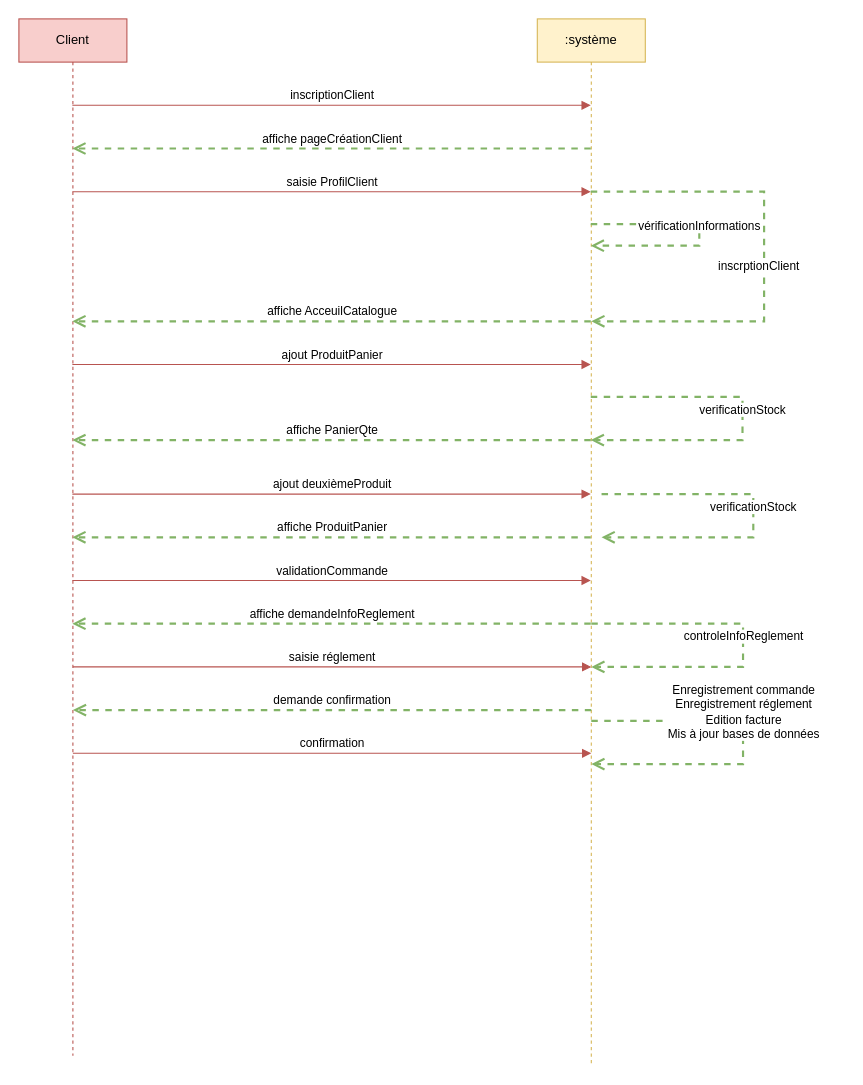
This is 00- Filrouge/Diagramme de séquence.drawio from zeldacod5/CDA, a draw.io file, before an edit. Source tidied: cells renumbered, new cells numbered last; positions are measured from the earlier drawing's top-left corner, leaving out a move shared by most shapes. Both pictures are drawn from the tidied source at 108%, with x=0, y=0 at pixel (18, 18).
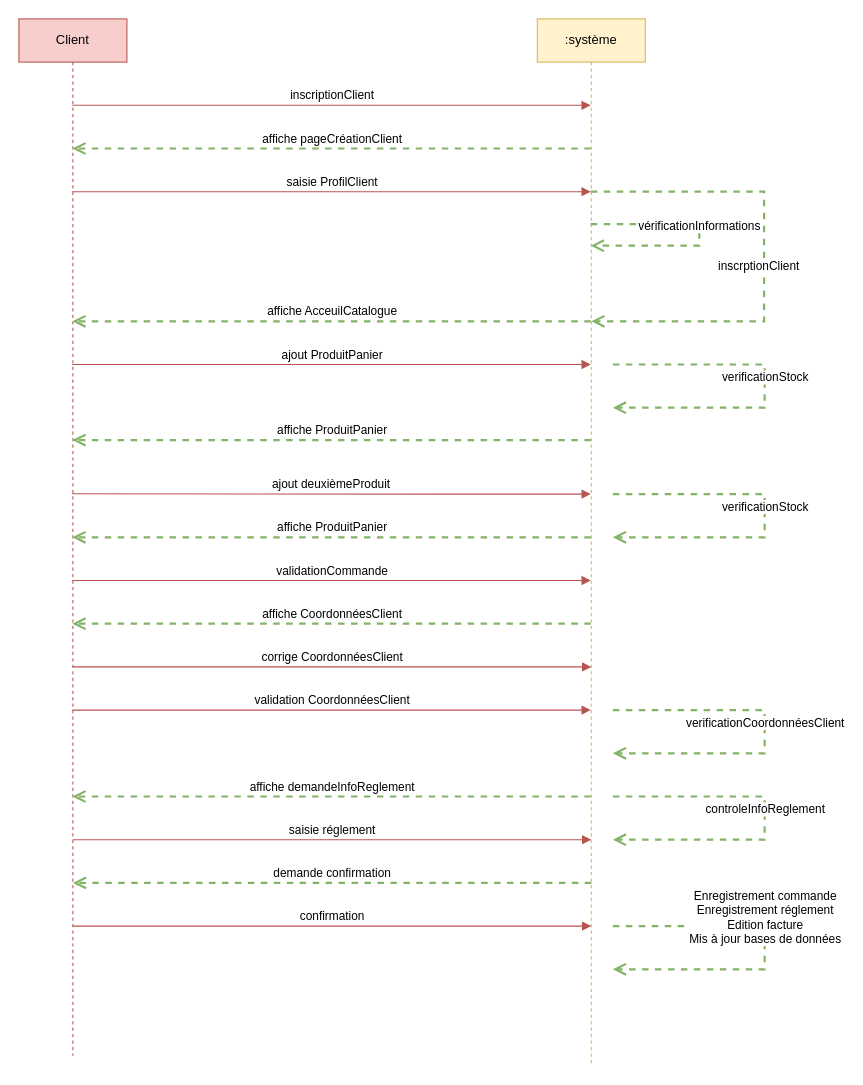
The same page after the edit.

Commit message:
Mettre à jour Diagramme de séquence.drawio

Unchanged cells that the change refers to:
```xml
<mxCell id="2" value="Client" style="shape=umlLifeline;perimeter=lifelinePerimeter;whiteSpace=wrap;html=1;outlineConnect=0;fillColor=#f8cecc;strokeColor=#b85450;" parent="1" vertex="1">
  <mxGeometry width="100" height="960" as="geometry" />
</mxCell>
<mxCell id="3" value=":système" style="shape=umlLifeline;perimeter=lifelinePerimeter;whiteSpace=wrap;html=1;outlineConnect=0;fillColor=#fff2cc;strokeColor=#d6b656;" parent="1" vertex="1">
  <mxGeometry x="480" width="100" height="970" as="geometry" />
</mxCell>
```

Change to the diagram source:
```diff
@@
-    <mxCell id="10" value="&lt;div&gt;affiche PanierQte&lt;/div&gt;" style="html=1;verticalAlign=bottom;endArrow=open;dashed=1;endSize=8;rounded=0;fillColor=#d5e8d4;strokeColor=#82b366;strokeWidth=2;" parent="1" edge="1" source="3" target="2">
+    <mxCell id="10" value="affiche ProduitPanier" style="html=1;verticalAlign=bottom;endArrow=open;dashed=1;endSize=8;rounded=0;fillColor=#d5e8d4;strokeColor=#82b366;strokeWidth=2;" parent="1" edge="1" source="3" target="2">
       <mxGeometry relative="1" as="geometry">
         <Array as="points">
           <mxPoint x="460" y="390" />
           <mxPoint x="310" y="390" />
           <mxPoint x="230" y="390" />
           <mxPoint x="160" y="390" />
         </Array>
       </mxGeometry>
     </mxCell>
     <mxCell id="11" value="&lt;div&gt;inscrptionClient&lt;/div&gt;" style="html=1;verticalAlign=bottom;endArrow=open;dashed=1;endSize=8;rounded=0;fillColor=#d5e8d4;strokeColor=#82b366;strokeWidth=2;" parent="1" edge="1" source="3" target="3">
       <mxGeometry x="0.08" y="-5" relative="1" as="geometry">
         <Array as="points">
+          <mxPoint x="630" y="160" />
           <mxPoint x="690" y="160" />
           <mxPoint x="690" y="200" />
           <mxPoint x="690" y="280" />
           <mxPoint x="620" y="280" />
           <mxPoint x="530" y="280" />
         </Array>
       </mxGeometry>
     </mxCell>
-    <mxCell id="12" value="verificationStock" style="html=1;verticalAlign=bottom;endArrow=open;dashed=1;endSize=8;rounded=0;fillColor=#d5e8d4;strokeColor=#82b366;strokeWidth=2;" parent="1" edge="1" source="3" target="3">
-      <mxGeometry relative="1" as="geometry">
-        <Array as="points">
-          <mxPoint x="610" y="350" />
-          <mxPoint x="670" y="350" />
-          <mxPoint x="670" y="390" />
-        </Array>
-      </mxGeometry>
-    </mxCell>
-    <mxCell id="13" value="ajout deuxièmeProduit" style="html=1;verticalAlign=bottom;endArrow=block;rounded=0;fillColor=#f8cecc;strokeColor=#B85450;" parent="1" edge="1" source="2" target="3">
+    <mxCell id="13" value="ajout deuxièmeProduit" style="html=1;verticalAlign=bottom;endArrow=block;rounded=0;fillColor=#f8cecc;strokeColor=#B85450;exitX=0.49;exitY=0.458;exitDx=0;exitDy=0;exitPerimeter=0;" parent="1" edge="1" source="2" target="3">
       <mxGeometry relative="1" as="geometry">
         <Array as="points">
           <mxPoint x="390" y="440" />
+          <mxPoint x="440" y="440" />
+          <mxPoint x="480" y="440" />
         </Array>
       </mxGeometry>
     </mxCell>
     <mxCell id="14" value="verificationStock" style="html=1;verticalAlign=bottom;endArrow=open;dashed=1;endSize=8;rounded=0;fillColor=#d5e8d4;strokeColor=#82b366;strokeWidth=2;" parent="1" edge="1">
       <mxGeometry relative="1" as="geometry">
-        <mxPoint x="539.5" y="440" as="sourcePoint" />
-        <mxPoint x="539.5" y="480" as="targetPoint" />
+        <mxPoint x="550" y="440" as="sourcePoint" />
+        <mxPoint x="550" y="480" as="targetPoint" />
         <Array as="points">
-          <mxPoint x="620" y="440" />
-          <mxPoint x="680" y="440" />
-          <mxPoint x="680" y="480" />
+          <mxPoint x="630.5" y="440" />
+          <mxPoint x="690.5" y="440" />
+          <mxPoint x="690.5" y="480" />
         </Array>
       </mxGeometry>
     </mxCell>
@@
     <mxCell id="16" value="validationCommande" style="html=1;verticalAlign=bottom;endArrow=block;rounded=0;fillColor=#f8cecc;strokeColor=#B85450;" parent="1" edge="1" source="2" target="3">
       <mxGeometry relative="1" as="geometry">
         <Array as="points">
-          <mxPoint x="400" y="520" />
+          <mxPoint x="380" y="520" />
+          <mxPoint x="430" y="520" />
+          <mxPoint x="470" y="520" />
         </Array>
       </mxGeometry>
     </mxCell>
     <mxCell id="17" value="affiche demandeInfoReglement" style="html=1;verticalAlign=bottom;endArrow=open;dashed=1;endSize=8;rounded=0;fillColor=#d5e8d4;strokeColor=#82b366;strokeWidth=2;" parent="1" edge="1" source="3" target="2">
       <mxGeometry relative="1" as="geometry">
         <Array as="points">
-          <mxPoint x="390" y="560" />
+          <mxPoint x="510" y="720" />
+          <mxPoint x="470" y="720" />
+          <mxPoint x="380" y="720" />
         </Array>
       </mxGeometry>
     </mxCell>
     <mxCell id="18" value="saisie réglement" style="html=1;verticalAlign=bottom;endArrow=block;rounded=0;fillColor=#f8cecc;strokeColor=#B85450;" parent="1" edge="1">
       <mxGeometry relative="1" as="geometry">
-        <mxPoint x="50" y="600" as="sourcePoint" />
-        <mxPoint x="530" y="600" as="targetPoint" />
+        <mxPoint x="50" y="760" as="sourcePoint" />
+        <mxPoint x="530" y="760" as="targetPoint" />
         <Array as="points">
-          <mxPoint x="400.5" y="600" />
+          <mxPoint x="400.5" y="760" />
         </Array>
       </mxGeometry>
     </mxCell>
-    <mxCell id="19" value="demande confirmation" style="html=1;verticalAlign=bottom;endArrow=open;dashed=1;endSize=8;rounded=0;fillColor=#d5e8d4;strokeColor=#82b366;strokeWidth=2;" parent="1" edge="1">
-      <mxGeometry relative="1" as="geometry">
-        <mxPoint x="530" y="640" as="sourcePoint" />
-        <mxPoint x="50" y="640" as="targetPoint" />
-        <Array as="points">
-          <mxPoint x="390.5" y="640" />
-        </Array>
-      </mxGeometry>
-    </mxCell>
     <mxCell id="20" value="confirmation" style="html=1;verticalAlign=bottom;endArrow=block;rounded=0;fillColor=#f8cecc;strokeColor=#B85450;" parent="1" edge="1">
       <mxGeometry relative="1" as="geometry">
-        <mxPoint x="50" y="680" as="sourcePoint" />
-        <mxPoint x="530" y="680" as="targetPoint" />
+        <mxPoint x="50" y="840" as="sourcePoint" />
+        <mxPoint x="530" y="840" as="targetPoint" />
         <Array as="points">
-          <mxPoint x="400.5" y="680" />
+          <mxPoint x="400.5" y="840" />
         </Array>
       </mxGeometry>
     </mxCell>
     <mxCell id="21" value="controleInfoReglement" style="html=1;verticalAlign=bottom;endArrow=open;dashed=1;endSize=8;rounded=0;fillColor=#d5e8d4;strokeColor=#82b366;strokeWidth=2;" parent="1" edge="1">
       <mxGeometry relative="1" as="geometry">
-        <mxPoint x="530" y="560" as="sourcePoint" />
-        <mxPoint x="530" y="600" as="targetPoint" />
+        <mxPoint x="550" y="720" as="sourcePoint" />
+        <mxPoint x="550" y="760" as="targetPoint" />
         <Array as="points">
-          <mxPoint x="610.5" y="560" />
-          <mxPoint x="670.5" y="560" />
-          <mxPoint x="670.5" y="600" />
+          <mxPoint x="630.5" y="720" />
+          <mxPoint x="690.5" y="720" />
+          <mxPoint x="690.5" y="760" />
         </Array>
       </mxGeometry>
     </mxCell>
+    <mxCell id="23" value="affiche CoordonnéesClient" style="html=1;verticalAlign=bottom;endArrow=open;dashed=1;endSize=8;rounded=0;strokeColor=#82B366;strokeWidth=2;fillColor=#d5e8d4;" parent="1" edge="1" source="3" target="2">
+      <mxGeometry relative="1" as="geometry">
+        <Array as="points">
+          <mxPoint x="390" y="560" />
+        </Array>
+      </mxGeometry>
+    </mxCell>
+    <mxCell id="24" value="corrige CoordonnéesClient" style="html=1;verticalAlign=bottom;endArrow=block;rounded=0;fillColor=#f8cecc;strokeColor=#B85450;" parent="1" edge="1">
+      <mxGeometry relative="1" as="geometry">
+        <mxPoint x="50" y="600" as="sourcePoint" />
+        <mxPoint x="530" y="600" as="targetPoint" />
+        <Array as="points">
+          <mxPoint x="380.5" y="600" />
+          <mxPoint x="430.5" y="600" />
+          <mxPoint x="470.5" y="600" />
+        </Array>
+      </mxGeometry>
+    </mxCell>
+    <mxCell id="19" value="demande confirmation" style="html=1;verticalAlign=bottom;endArrow=open;dashed=1;endSize=8;rounded=0;fillColor=#d5e8d4;strokeColor=#82b366;strokeWidth=2;" parent="1" edge="1">
+      <mxGeometry relative="1" as="geometry">
+        <mxPoint x="530" y="800" as="sourcePoint" />
+        <mxPoint x="50" y="800" as="targetPoint" />
+        <Array as="points">
+          <mxPoint x="390.5" y="800" />
+        </Array>
+      </mxGeometry>
+    </mxCell>
+    <mxCell id="25" value="verificationCoordonnéesClient" style="html=1;verticalAlign=bottom;endArrow=open;dashed=1;endSize=8;rounded=0;fillColor=#d5e8d4;strokeColor=#82b366;strokeWidth=2;" parent="1" edge="1">
+      <mxGeometry relative="1" as="geometry">
+        <mxPoint x="550" y="640" as="sourcePoint" />
+        <mxPoint x="550" y="680" as="targetPoint" />
+        <Array as="points">
+          <mxPoint x="630.5" y="640" />
+          <mxPoint x="690.5" y="640" />
+          <mxPoint x="690.5" y="680" />
+          <mxPoint x="620.5" y="680" />
+        </Array>
+      </mxGeometry>
+    </mxCell>
+    <mxCell id="26" value="validation CoordonnéesClient" style="html=1;verticalAlign=bottom;endArrow=block;rounded=0;strokeColor=#b85450;strokeWidth=1;fillColor=#f8cecc;" parent="1" edge="1" source="2" target="3">
+      <mxGeometry relative="1" as="geometry">
+        <Array as="points">
+          <mxPoint x="160" y="640" />
+          <mxPoint x="420" y="640" />
+          <mxPoint x="460" y="640" />
+          <mxPoint x="490" y="640" />
+        </Array>
+      </mxGeometry>
+    </mxCell>
     <mxCell id="22" value="&lt;div&gt;Enregistrement commande&lt;/div&gt;&lt;div&gt;Enregistrement réglement&lt;/div&gt;&lt;div&gt;Edition facture&lt;/div&gt;&lt;div&gt;Mis à jour bases de données&lt;br&gt;&lt;/div&gt;" style="html=1;verticalAlign=bottom;endArrow=open;dashed=1;endSize=8;rounded=0;fillColor=#d5e8d4;strokeColor=#82b366;strokeWidth=2;" parent="1" edge="1">
       <mxGeometry relative="1" as="geometry">
-        <mxPoint x="530" y="650" as="sourcePoint" />
-        <mxPoint x="530" y="690" as="targetPoint" />
+        <mxPoint x="550" y="840" as="sourcePoint" />
+        <mxPoint x="550" y="880" as="targetPoint" />
         <Array as="points">
-          <mxPoint x="610.5" y="650" />
-          <mxPoint x="670.5" y="650" />
-          <mxPoint x="670.5" y="690" />
+          <mxPoint x="630.5" y="840" />
+          <mxPoint x="690.5" y="840" />
+          <mxPoint x="690.5" y="880" />
         </Array>
       </mxGeometry>
     </mxCell>
+    <mxCell id="12" value="verificationStock" style="html=1;verticalAlign=bottom;endArrow=open;dashed=1;endSize=8;rounded=0;fillColor=#d5e8d4;strokeColor=#82b366;strokeWidth=2;" parent="1" edge="1">
+      <mxGeometry relative="1" as="geometry">
+        <mxPoint x="550" y="320" as="sourcePoint" />
+        <mxPoint x="550" y="360" as="targetPoint" />
+        <Array as="points">
+          <mxPoint x="630.5" y="320" />
+          <mxPoint x="690.5" y="320" />
+          <mxPoint x="690.5" y="360" />
+        </Array>
+      </mxGeometry>
+    </mxCell>
```
